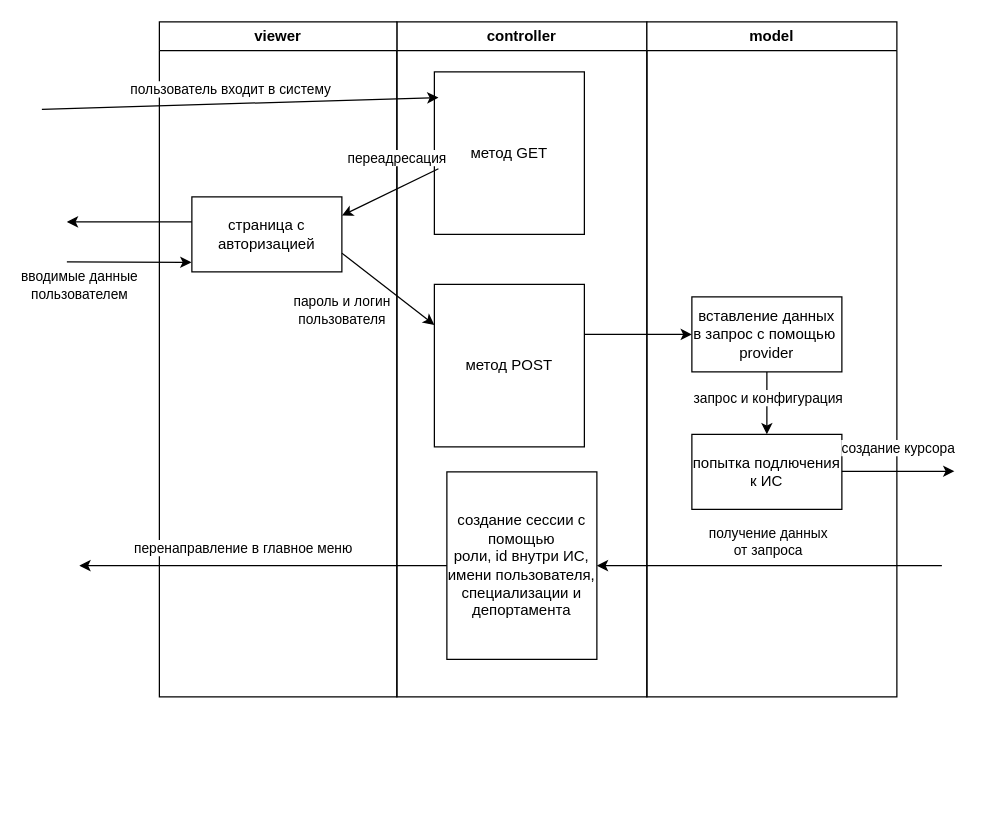
Kirpichikk/final_project keeps this draw.io diagram as мьс/авторизация.drawio. Above is the earlier version. Source tidied: cells renumbered, new cells numbered last; positions are measured from the earlier drawing's top-left corner, leaving out a move shared by most shapes. Both pictures are drawn from the tidied source at 125%, with x=0, y=0 at pixel (41, 21).
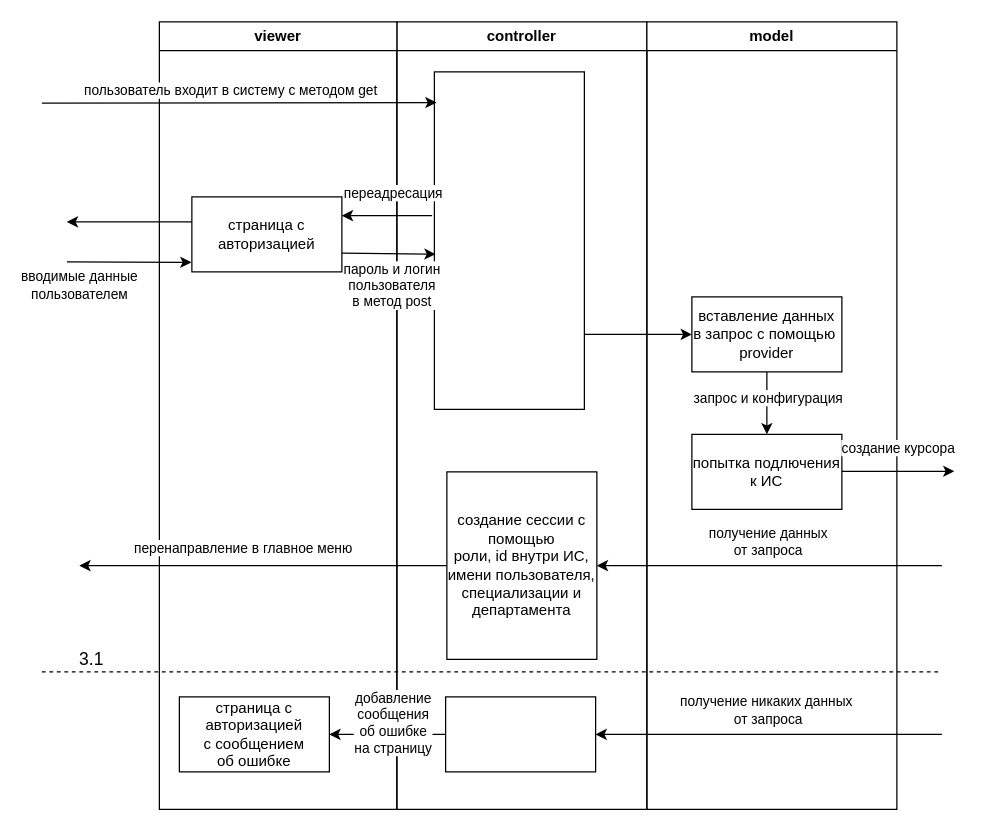
Above is the later version.

Unchanged cells that the change refers to:
```xml
<mxCell id="4" value="страница с авторизацией" style="rounded=0;whiteSpace=wrap;html=1;" parent="3" vertex="1">
  <mxGeometry x="26" y="140" width="120" height="60" as="geometry" />
</mxCell>
```

What changed in the source:
```diff
@@
     <mxCell id="2" value="controller" style="swimlane;whiteSpace=wrap;html=1;" parent="1" vertex="1">
-      <mxGeometry x="284" width="200" height="540" as="geometry" />
+      <mxGeometry x="284" width="200" height="630" as="geometry" />
     </mxCell>
     <mxCell id="3" value="viewer" style="swimlane;whiteSpace=wrap;html=1;" parent="2" vertex="1">
-      <mxGeometry x="-190" width="190" height="540" as="geometry" />
+      <mxGeometry x="-190" width="190" height="630" as="geometry" />
     </mxCell>
@@
+    <mxCell id="29" value="страница с авторизацией&lt;br&gt;с сообщением&lt;br&gt;об ошибке" style="rounded=0;whiteSpace=wrap;html=1;" parent="3" vertex="1">
+      <mxGeometry x="16" y="540" width="120" height="60" as="geometry" />
+    </mxCell>
-    <mxCell id="6" value="метод GET" style="rounded=0;whiteSpace=wrap;html=1;" parent="2" vertex="1">
-      <mxGeometry x="30" y="40" width="120" height="130" as="geometry" />
+    <mxCell id="6" style="rounded=0;whiteSpace=wrap;html=1;" parent="2" vertex="1">
+      <mxGeometry x="30" y="40" width="120" height="270" as="geometry" />
     </mxCell>
-    <mxCell id="7" style="endArrow=classic;html=1;rounded=0;exitX=0.027;exitY=0.596;exitDx=0;exitDy=0;entryX=1;entryY=0.25;entryDx=0;entryDy=0;exitPerimeter=0;" parent="2" edge="1" source="6" target="4">
+    <mxCell id="7" style="endArrow=classic;html=1;rounded=0;exitX=-0.015;exitY=0.426;exitDx=0;exitDy=0;entryX=1;entryY=0.25;entryDx=0;entryDy=0;exitPerimeter=0;" parent="2" edge="1" source="6" target="4">
       <mxGeometry relative="1" as="geometry" />
     </mxCell>
@@
-    <mxCell id="9" value="метод POST" style="rounded=0;whiteSpace=wrap;html=1;" parent="2" vertex="1">
-      <mxGeometry x="30" y="210" width="120" height="130" as="geometry" />
-    </mxCell>
-    <mxCell id="10" style="endArrow=classic;html=1;rounded=0;exitX=1;exitY=0.75;exitDx=0;exitDy=0;entryX=0;entryY=0.25;entryDx=0;entryDy=0;" parent="2" edge="1" source="4" target="9">
+    <mxCell id="10" style="endArrow=classic;html=1;rounded=0;exitX=1;exitY=0.75;exitDx=0;exitDy=0;entryX=0.008;entryY=0.54;entryDx=0;entryDy=0;entryPerimeter=0;" parent="2" edge="1" source="4" target="6">
       <mxGeometry relative="1" as="geometry" />
     </mxCell>
-    <mxCell id="11" value="пароль и логин&lt;br&gt;пользователя" style="edgeLabel;html=1;align=center;verticalAlign=middle;" parent="10" vertex="1">
+    <mxCell id="11" value="пароль и логин&lt;br&gt;пользователя &lt;br&gt;в метод post" style="edgeLabel;html=1;align=center;verticalAlign=middle;" parent="10" vertex="1">
       <mxGeometry x="-0.38" y="-2" relative="1" as="geometry">
-        <mxPoint x="-22" y="26" as="offset" />
+        <mxPoint x="17" y="23" as="offset" />
       </mxGeometry>
     </mxCell>
@@
-    <mxCell id="13" value="создание сессии с помощью&lt;br&gt;роли, id внутри ИС,&lt;br&gt;имени пользователя,&lt;br&gt;специализации и депортамента" style="rounded=0;whiteSpace=wrap;html=1;" parent="2" vertex="1">
+    <mxCell id="13" value="создание сессии с помощью&lt;br&gt;роли, id внутри ИС,&lt;br&gt;имени пользователя,&lt;br&gt;специализации и департамента" style="rounded=0;whiteSpace=wrap;html=1;" parent="2" vertex="1">
       <mxGeometry x="40" y="360" width="120" height="150" as="geometry" />
     </mxCell>
+    <mxCell id="30" style="rounded=0;whiteSpace=wrap;html=1;" parent="2" vertex="1">
+      <mxGeometry x="39" y="540" width="120" height="60" as="geometry" />
+    </mxCell>
+    <mxCell id="31" style="endArrow=classic;html=1;rounded=0;entryX=1;entryY=0.5;entryDx=0;entryDy=0;" parent="2" edge="1" target="30">
+      <mxGeometry relative="1" as="geometry">
+        <mxPoint x="436" y="570" as="sourcePoint" />
+      </mxGeometry>
+    </mxCell>
+    <mxCell id="32" value="получение никаких данных&amp;nbsp;&lt;br&gt;от запроса" style="edgeLabel;html=1;align=center;verticalAlign=middle;" parent="31" vertex="1">
+      <mxGeometry x="-0.4" y="-2" relative="1" as="geometry">
+        <mxPoint x="-57" y="-18" as="offset" />
+      </mxGeometry>
+    </mxCell>
+    <mxCell id="33" style="endArrow=classic;html=1;rounded=0;exitX=0;exitY=0.5;exitDx=0;exitDy=0;entryX=1;entryY=0.5;entryDx=0;entryDy=0;" parent="2" edge="1" source="30" target="29">
+      <mxGeometry relative="1" as="geometry" />
+    </mxCell>
+    <mxCell id="34" value="добавление &lt;br&gt;сообщения&lt;br&gt;об ошибке&lt;br&gt;на страницу" style="edgeLabel;html=1;align=center;verticalAlign=middle;" parent="33" vertex="1">
+      <mxGeometry x="-0.44" y="2" relative="1" as="geometry">
+        <mxPoint x="-17" y="-12" as="offset" />
+      </mxGeometry>
+    </mxCell>
     <mxCell id="14" value="model" style="swimlane;whiteSpace=wrap;html=1;" parent="1" vertex="1">
-      <mxGeometry x="484" width="200" height="540" as="geometry" />
+      <mxGeometry x="484" width="200" height="630" as="geometry" />
     </mxCell>
@@
-    <mxCell id="19" style="endArrow=classic;html=1;rounded=0;entryX=0.027;entryY=0.158;entryDx=0;entryDy=0;entryPerimeter=0;" parent="1" edge="1" target="6">
+    <mxCell id="19" style="endArrow=classic;html=1;rounded=0;entryX=0.014;entryY=0.091;entryDx=0;entryDy=0;entryPerimeter=0;" parent="1" edge="1" target="6">
       <mxGeometry relative="1" as="geometry">
-        <mxPoint y="70" as="sourcePoint" />
+        <mxPoint y="65" as="sourcePoint" />
       </mxGeometry>
     </mxCell>
-    <mxCell id="20" value="пользователь входит в систему" style="edgeLabel;html=1;align=center;verticalAlign=middle;" parent="19" vertex="1">
+    <mxCell id="20" value="пользователь входит в систему с методом get" style="edgeLabel;html=1;align=center;verticalAlign=middle;" parent="19" vertex="1">
       <mxGeometry x="0.37" y="-1" relative="1" as="geometry">
         <mxPoint x="-66" y="-11" as="offset" />
       </mxGeometry>
     </mxCell>
@@
+    <mxCell id="35" style="endArrow=none;dashed=1;html=1;rounded=0;" parent="1" edge="1">
+      <mxGeometry relative="1" as="geometry">
+        <mxPoint y="520" as="sourcePoint" />
+        <mxPoint x="720" y="520" as="targetPoint" />
+      </mxGeometry>
+    </mxCell>
+    <mxCell id="36" value="&lt;font style=&quot;font-size: 14px;&quot;&gt;3.1&lt;/font&gt;" style="text;html=1;align=center;verticalAlign=middle;whiteSpace=wrap;rounded=0;" parent="1" vertex="1">
+      <mxGeometry x="10" y="495" width="60" height="30" as="geometry" />
+    </mxCell>
```
